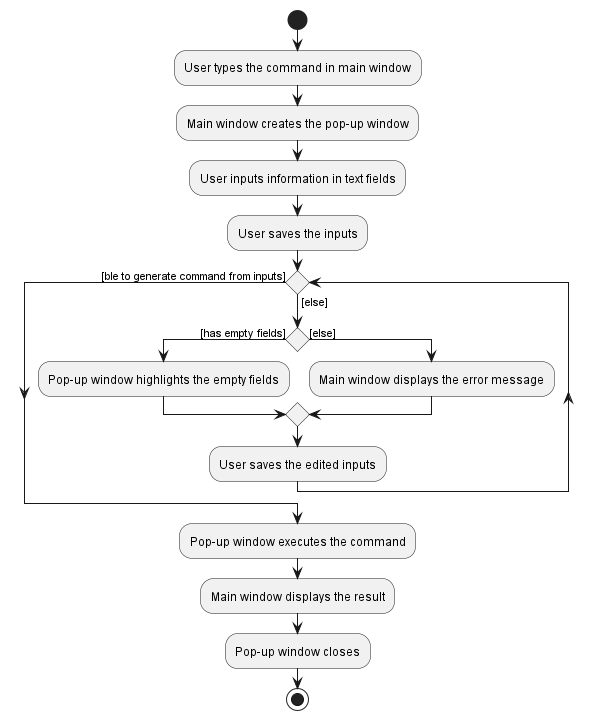
This is docs/images/PopupWindowActivityDiagram.png from nus-cs2103-AY2223S1/tp, a PlantUML export, as it was before one commit.
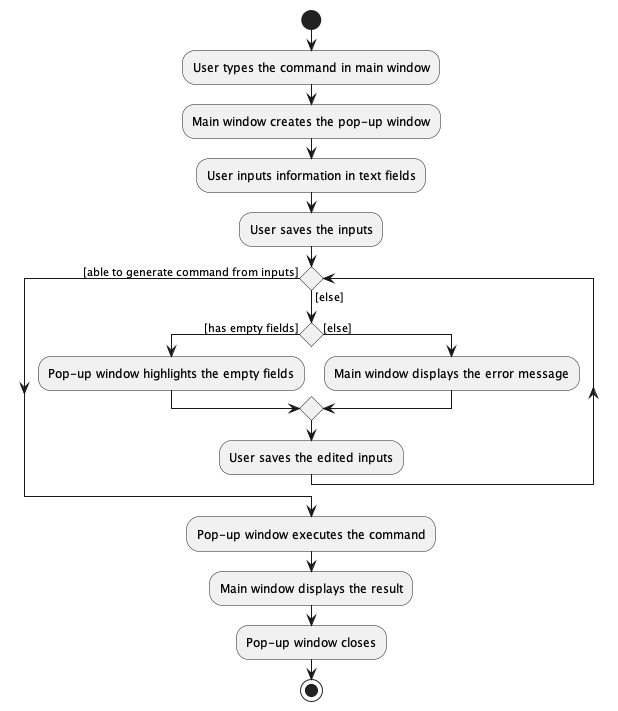
After the commit.

What changed in the source:
```diff
@@ -15,7 +15,7 @@
         endif
         :User saves the edited inputs;
 
-endwhile ([ble to generate command from inputs])
+endwhile ([able to generate command from inputs])
 :Pop-up window executes the command;
 :Main window displays the result;
 :Pop-up window closes;
```
